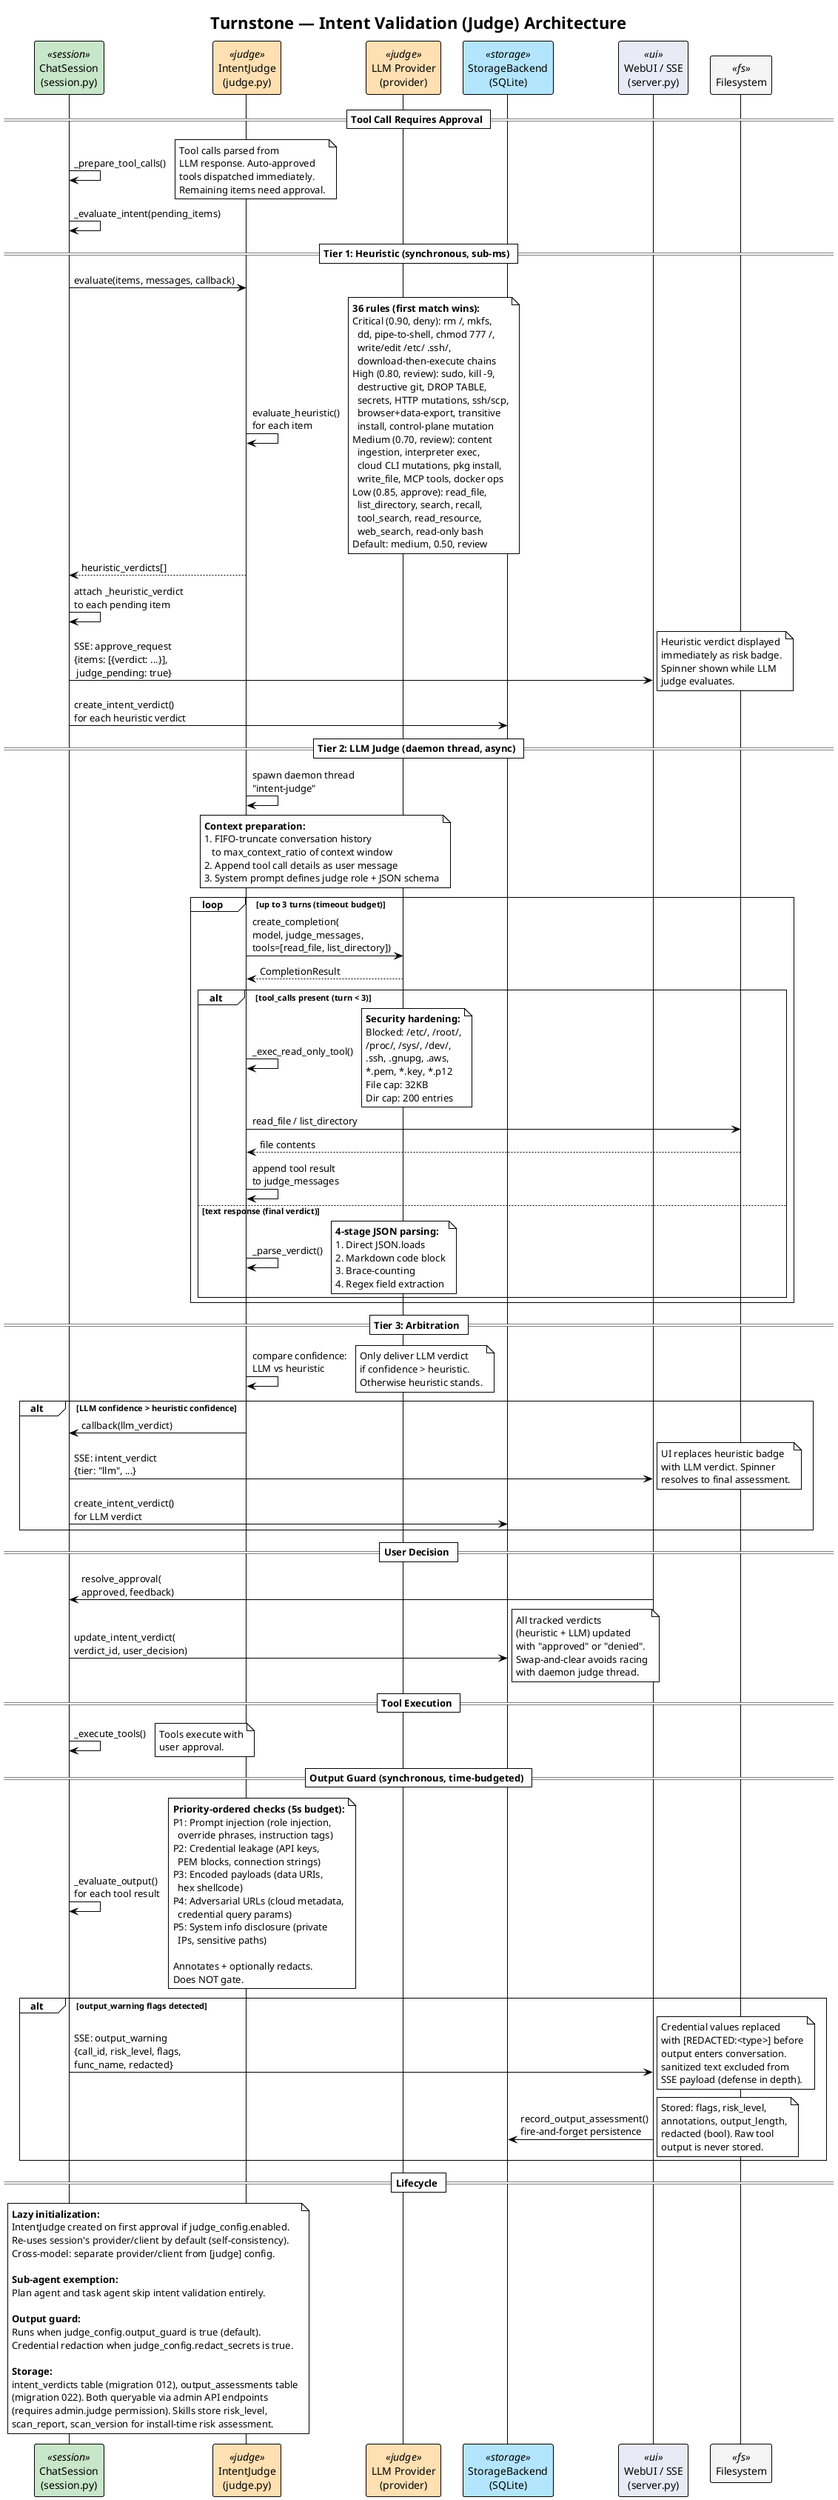
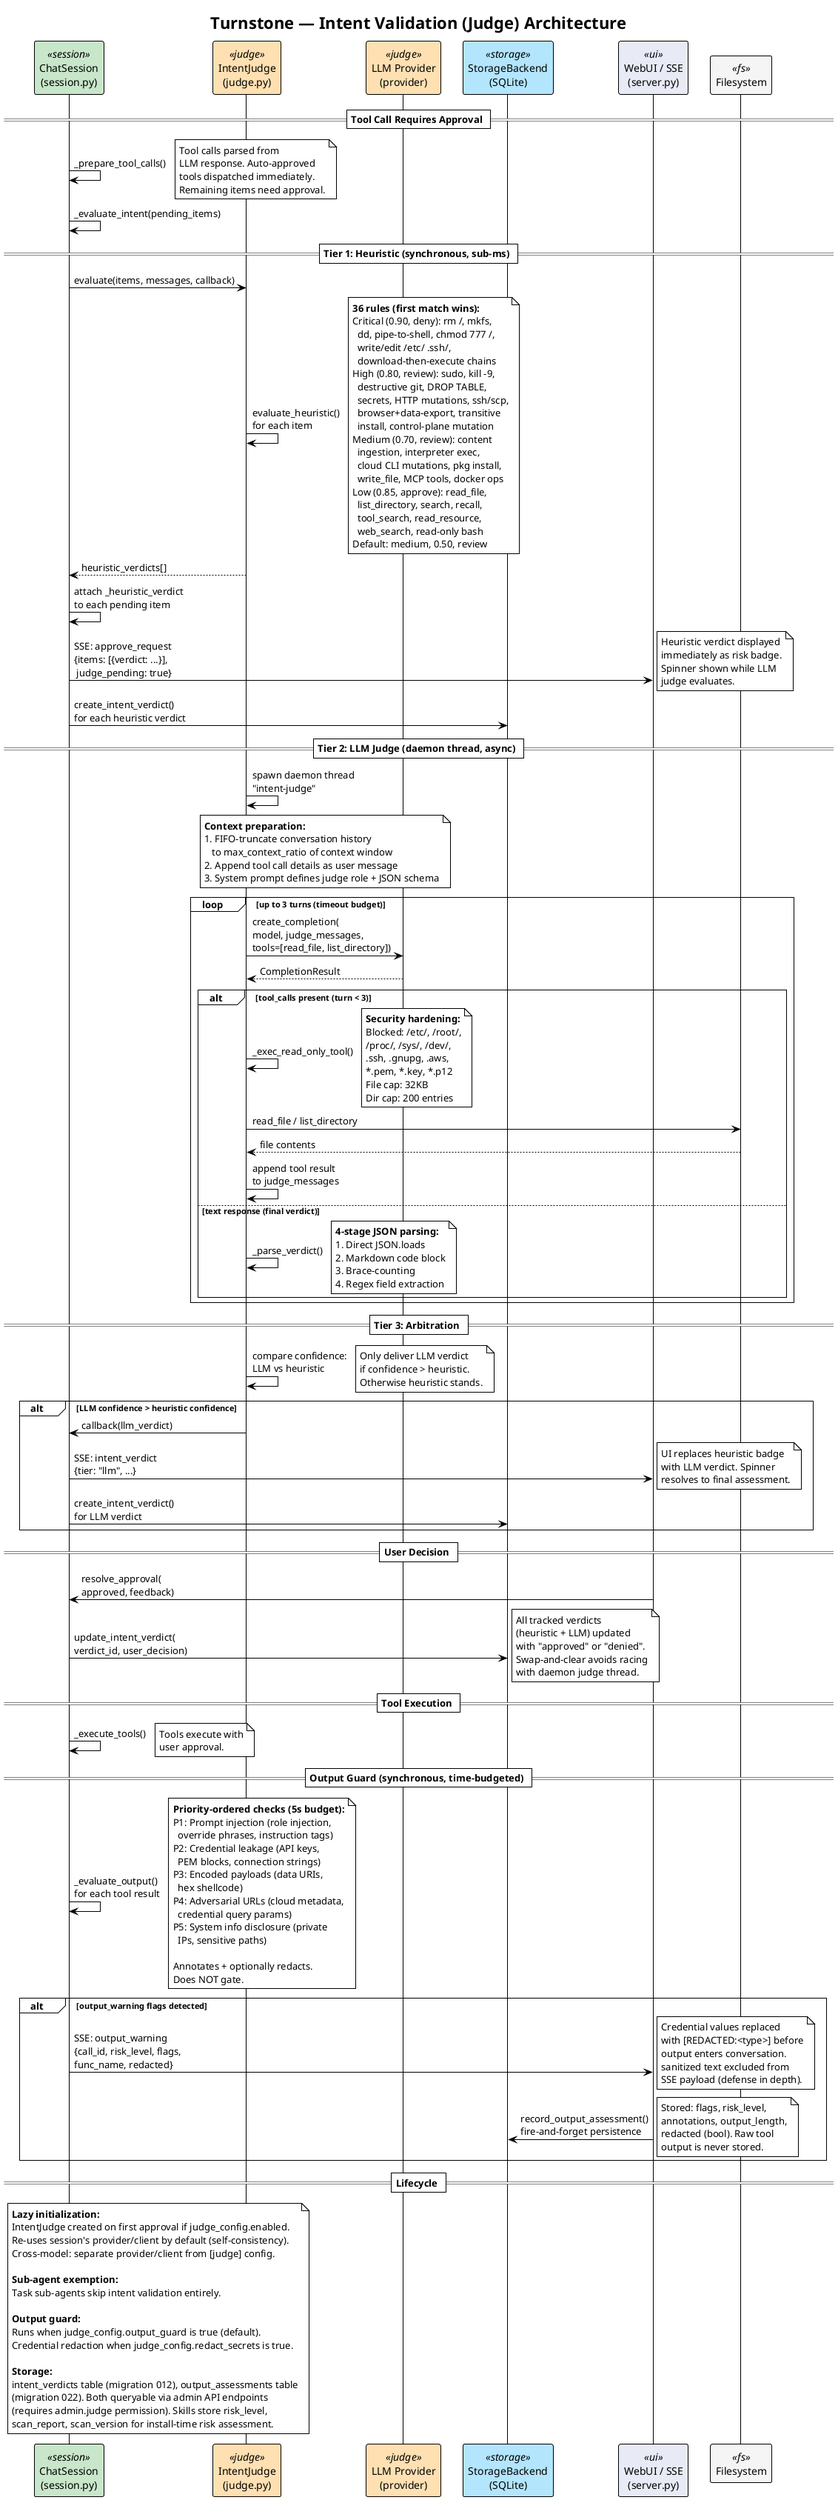
@startuml
!theme plain
title Turnstone — Intent Validation (Judge) Architecture

skinparam participant {
    BackgroundColor<<session>> #C8E6C9
    BackgroundColor<<judge>> #FFE0B2
    BackgroundColor<<storage>> #B3E5FC
    BackgroundColor<<ui>> #E8EAF6
    BackgroundColor<<fs>> #F5F5F5
}

participant "ChatSession\n(session.py)" as Session <<session>>
participant "IntentJudge\n(judge.py)" as Judge <<judge>>
participant "LLM Provider\n(provider)" as LLM <<judge>>
participant "StorageBackend\n(SQLite)" as Storage <<storage>>
participant "WebUI / SSE\n(server.py)" as UI <<ui>>
participant "Filesystem" as FS <<fs>>

== Tool Call Requires Approval ==

Session -> Session : _prepare_tool_calls()
note right
  Tool calls parsed from
  LLM response. Auto-approved
  tools dispatched immediately.
  Remaining items need approval.
end note

Session -> Session : _evaluate_intent(pending_items)

== Tier 1: Heuristic (synchronous, sub-ms) ==

Session -> Judge : evaluate(items, messages, callback)

Judge -> Judge : evaluate_heuristic()\nfor each item
note right
  **36 rules (first match wins):**
  Critical (0.90, deny): rm /, mkfs,
    dd, pipe-to-shell, chmod 777 /,
    write/edit /etc/ .ssh/,
    download-then-execute chains
  High (0.80, review): sudo, kill -9,
    destructive git, DROP TABLE,
    secrets, HTTP mutations, ssh/scp,
    browser+data-export, transitive
    install, control-plane mutation
  Medium (0.70, review): content
    ingestion, interpreter exec,
    cloud CLI mutations, pkg install,
    write_file, MCP tools, docker ops
  Low (0.85, approve): read_file,
    list_directory, search, recall,
    tool_search, read_resource,
    web_search, read-only bash
  Default: medium, 0.50, review
end note

Judge --> Session : heuristic_verdicts[]

Session -> Session : attach _heuristic_verdict\nto each pending item

Session -> UI : SSE: approve_request\n{items: [{verdict: ...}],\n judge_pending: true}
note right
  Heuristic verdict displayed
  immediately as risk badge.
  Spinner shown while LLM
  judge evaluates.
end note

Session -> Storage : create_intent_verdict()\nfor each heuristic verdict

== Tier 2: LLM Judge (daemon thread, async) ==

Judge -> Judge : spawn daemon thread\n"intent-judge"

note over Judge, LLM
  **Context preparation:**
  1. FIFO-truncate conversation history
     to max_context_ratio of context window
  2. Append tool call details as user message
  3. System prompt defines judge role + JSON schema
end note

loop up to 3 turns (timeout budget)

    Judge -> LLM : create_completion(\nmodel, judge_messages,\ntools=[read_file, list_directory])
    LLM --> Judge : CompletionResult

    alt tool_calls present (turn < 3)
        Judge -> Judge : _exec_read_only_tool()
        note right
          **Security hardening:**
          Blocked: /etc/, /root/,
          /proc/, /sys/, /dev/,
          .ssh, .gnupg, .aws,
          *.pem, *.key, *.p12
          File cap: 32KB
          Dir cap: 200 entries
        end note
        Judge -> FS : read_file / list_directory
        FS --> Judge : file contents
        Judge -> Judge : append tool result\nto judge_messages
    else text response (final verdict)
        Judge -> Judge : _parse_verdict()
        note right
          **4-stage JSON parsing:**
          1. Direct JSON.loads
          2. Markdown code block
          3. Brace-counting
          4. Regex field extraction
        end note
    end

end

== Tier 3: Arbitration ==

Judge -> Judge : compare confidence:\nLLM vs heuristic
note right
  Only deliver LLM verdict
  if confidence > heuristic.
  Otherwise heuristic stands.
end note

alt LLM confidence > heuristic confidence
    Judge -> Session : callback(llm_verdict)
    Session -> UI : SSE: intent_verdict\n{tier: "llm", ...}
    note right
      UI replaces heuristic badge
      with LLM verdict. Spinner
      resolves to final assessment.
    end note
    Session -> Storage : create_intent_verdict()\nfor LLM verdict
end

== User Decision ==

UI -> Session : resolve_approval(\napproved, feedback)

Session -> Storage : update_intent_verdict(\nverdict_id, user_decision)
note right
  All tracked verdicts
  (heuristic + LLM) updated
  with "approved" or "denied".
  Swap-and-clear avoids racing
  with daemon judge thread.
end note

== Tool Execution ==

Session -> Session : _execute_tools()
note right
  Tools execute with
  user approval.
end note

== Output Guard (synchronous, time-budgeted) ==

Session -> Session : _evaluate_output()\nfor each tool result
note right
  **Priority-ordered checks (5s budget):**
  P1: Prompt injection (role injection,
    override phrases, instruction tags)
  P2: Credential leakage (API keys,
    PEM blocks, connection strings)
  P3: Encoded payloads (data URIs,
    hex shellcode)
  P4: Adversarial URLs (cloud metadata,
    credential query params)
  P5: System info disclosure (private
    IPs, sensitive paths)

  Annotates + optionally redacts.
  Does NOT gate.
end note

alt output_warning flags detected
    Session -> UI : SSE: output_warning\n{call_id, risk_level, flags,\nfunc_name, redacted}
    note right
      Credential values replaced
      with [REDACTED:<type>] before
      output enters conversation.
      sanitized text excluded from
      SSE payload (defense in depth).
    end note
    UI -> Storage : record_output_assessment()\nfire-and-forget persistence
    note right
      Stored: flags, risk_level,
      annotations, output_length,
      redacted (bool). Raw tool
      output is never stored.
    end note
end

== Lifecycle ==

note over Session, Judge
  **Lazy initialization:**
  IntentJudge created on first approval if judge_config.enabled.
  Re-uses session's provider/client by default (self-consistency).
  Cross-model: separate provider/client from [judge] config.

  **Sub-agent exemption:**
-   Plan agent and task agent skip intent validation entirely.
+   Task sub-agents skip intent validation entirely.

  **Output guard:**
  Runs when judge_config.output_guard is true (default).
  Credential redaction when judge_config.redact_secrets is true.

  **Storage:**
  intent_verdicts table (migration 012), output_assessments table
  (migration 022). Both queryable via admin API endpoints
  (requires admin.judge permission). Skills store risk_level,
  scan_report, scan_version for install-time risk assessment.
end note

@enduml
